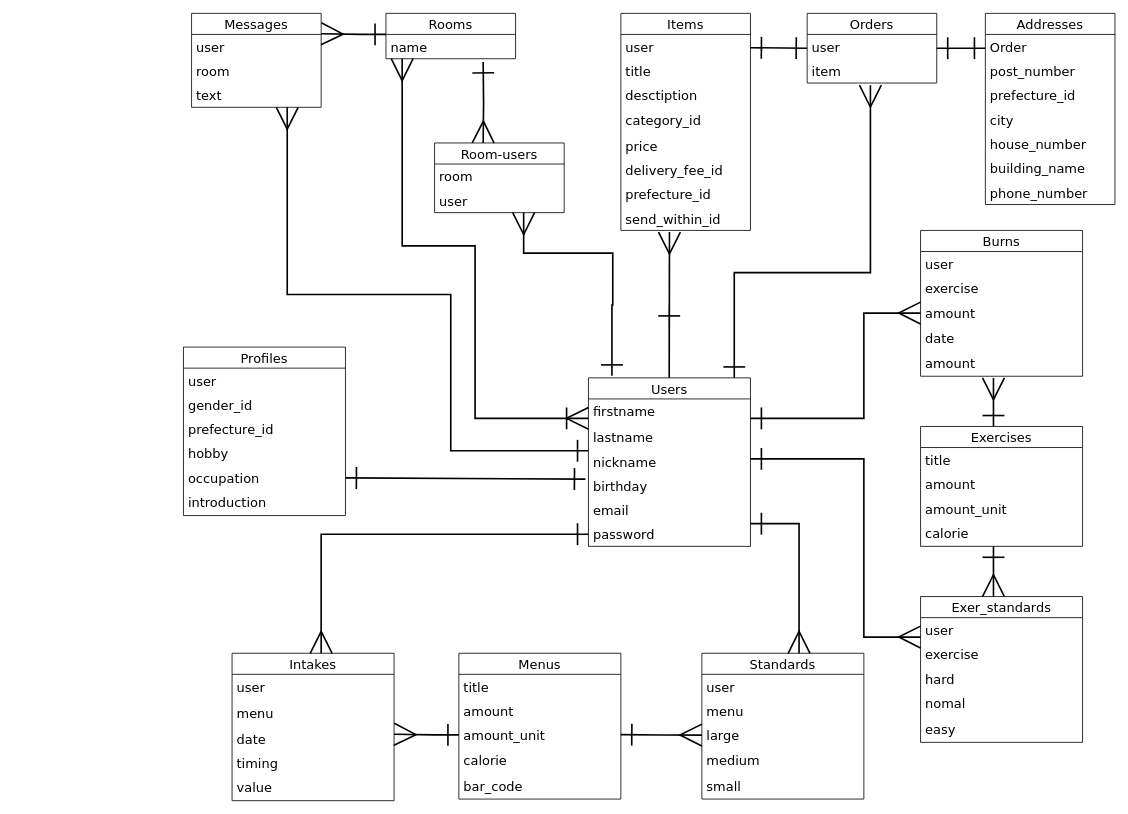
The draw.io diagram Database_design.dio in Malakir3/fokus-app, before the edit. Source tidied: cells renumbered, new cells numbered last; positions are measured from the earlier drawing's top-left corner, leaving out a move shared by most shapes. Both pictures are drawn from the tidied source at 81%, with x=0, y=0 at pixel (183, 13).
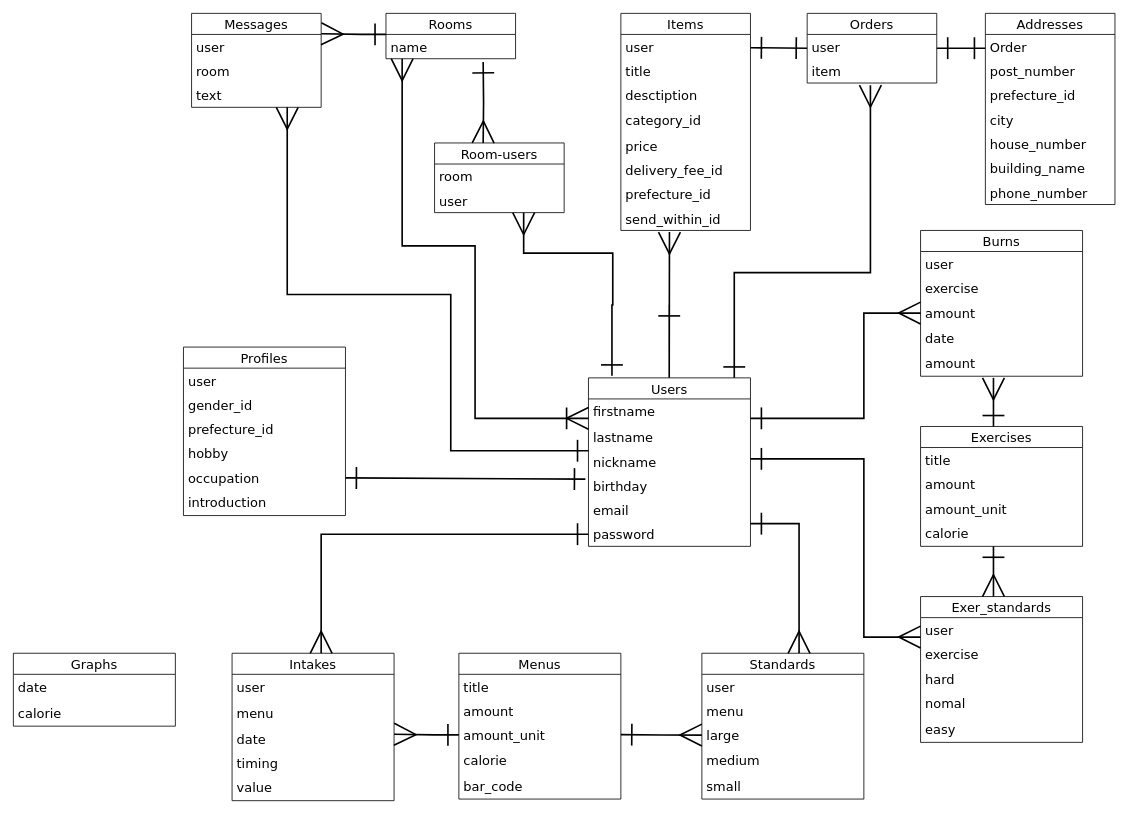
The same page after the edit.

Commit message (it also covers changes not shown here):
Fix files about database design

Change to the diagram source:
```diff
@@
+    <mxCell id="98" value="Graphs" style="swimlane;fontStyle=0;horizontal=1;startSize=26;align=center;fontSize=16;fontFamily=Verdana;" parent="1" vertex="1">
+      <mxGeometry x="-210" y="790" width="200" height="90" as="geometry" />
+    </mxCell>
+    <mxCell id="99" value="date" style="text;strokeColor=none;fillColor=none;spacingLeft=4;spacingRight=4;overflow=hidden;fontSize=16;fontStyle=0;fontFamily=Verdana;" parent="98" vertex="1">
+      <mxGeometry y="26" width="200" height="32" as="geometry" />
+    </mxCell>
+    <mxCell id="100" value="calorie" style="text;strokeColor=none;fillColor=none;spacingLeft=4;spacingRight=4;overflow=hidden;fontSize=16;fontStyle=0;fontFamily=Verdana;" parent="98" vertex="1">
+      <mxGeometry y="58" width="200" height="32" as="geometry" />
+    </mxCell>
```
